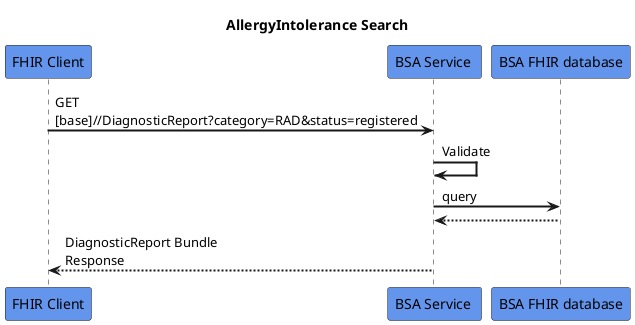
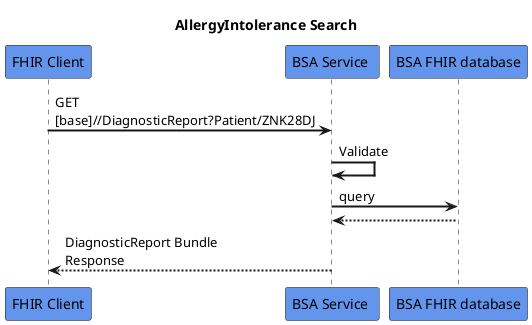
@startuml
skinparam sequenceArrowThickness 2
skinparam roundcorner 5
skinparam maxmessagesize 180
skinparam sequenceParticipant bold
title  AllergyIntolerance Search
participant "FHIR Client" as A #CornflowerBlue
participant "BSA Service " as B #CornflowerBlue
participant "BSA FHIR database" as C #CornflowerBlue

- A -> B: GET [base]//DiagnosticReport?category=RAD&status=registered
+ A -> B: GET [base]//DiagnosticReport?Patient/ZNK28DJ
B -> B: Validate
B -> C: query
C -[dashed]-> B:

B -[dashed]-> A: DiagnosticReport Bundle Response

@enduml
